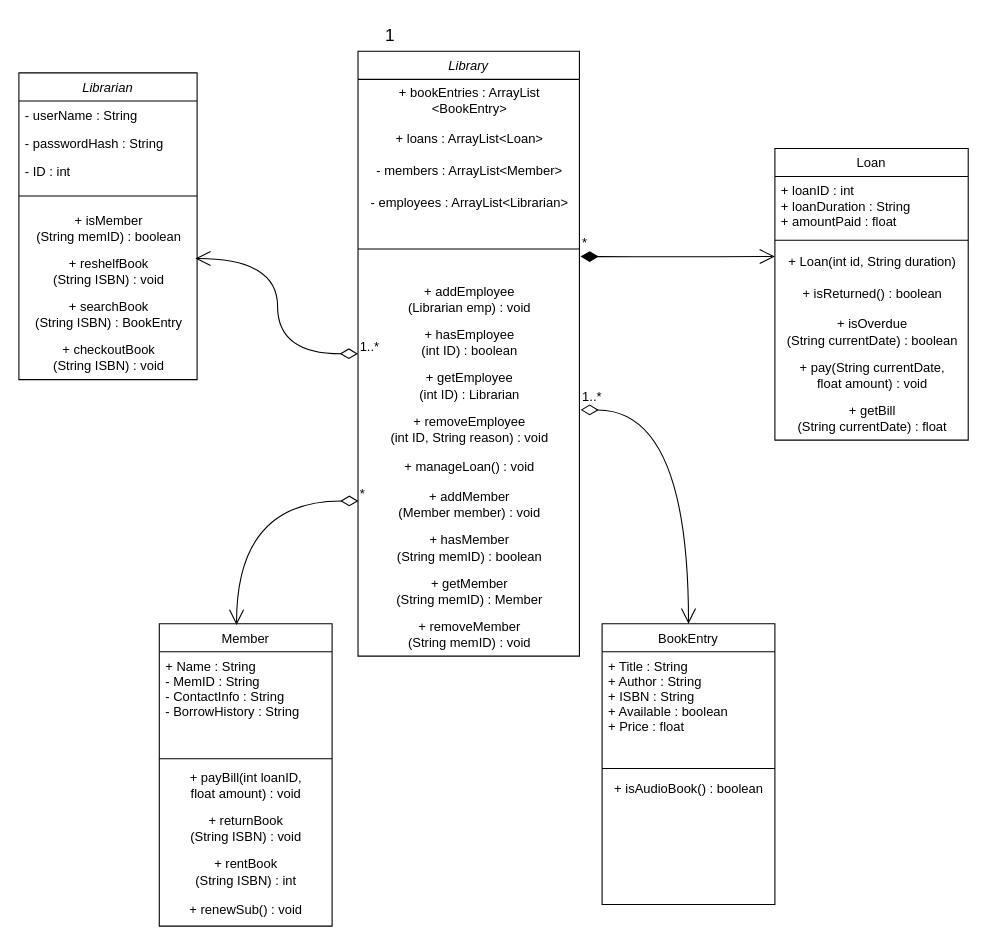
Before: Untitled Diagram.drawio in Twpendleton/ClassUMLDiagram, a draw.io diagram. Source tidied: cells renumbered, new cells numbered last; positions are measured from the earlier drawing's top-left corner, leaving out a move shared by most shapes. Both pictures are drawn from the tidied source at 108%, with x=0, y=0 at pixel (18, 18).
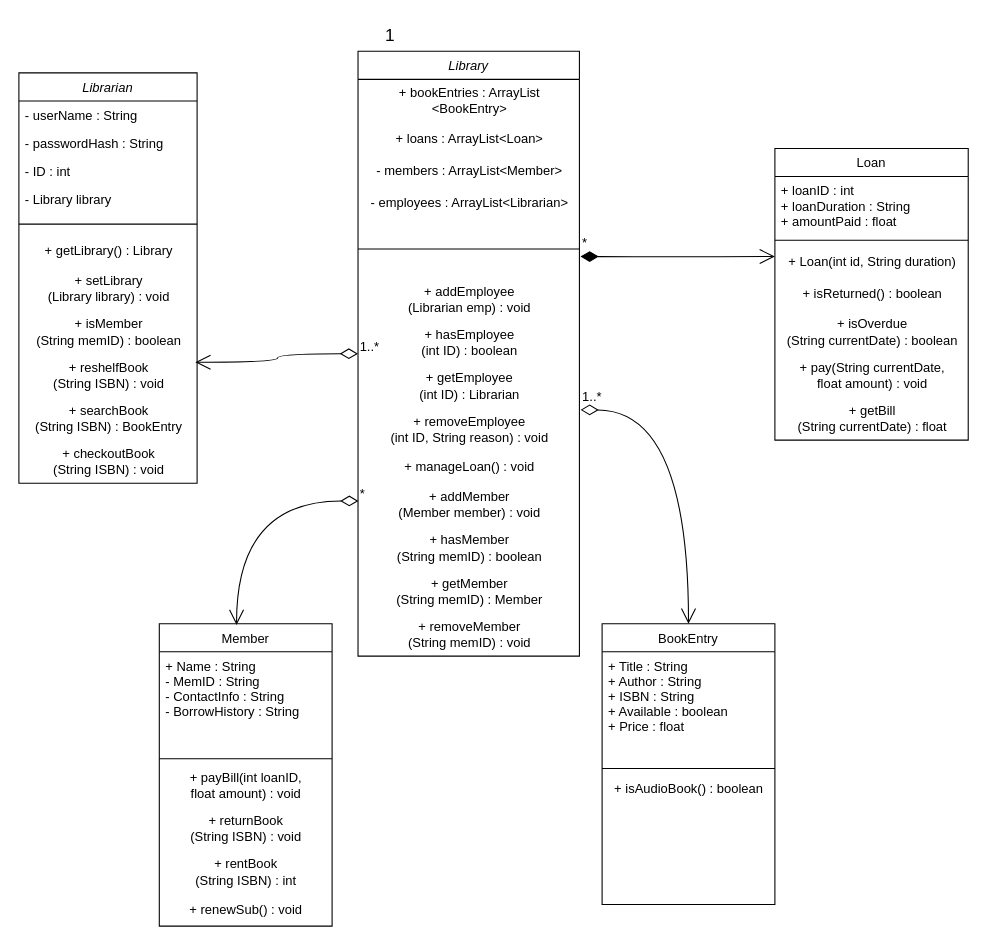
The same page after the edit.

Commit message:
Add attribute, getters, and setters for Librarian library

Change to the diagram source:
```diff
@@
     <mxCell id="2" value="Librarian" style="swimlane;fontStyle=2;align=center;verticalAlign=top;horizontal=1;startSize=26;rounded=0;shadow=0;strokeWidth=1;" parent="1" vertex="1">
-      <mxGeometry y="50" width="165" height="284" as="geometry" />
+      <mxGeometry y="50" width="165" height="380" as="geometry" />
     </mxCell>
@@
+    <mxCell id="50" value="- Library library" style="text;align=left;verticalAlign=top;spacingLeft=4;spacingRight=4;overflow=hidden;rounded=0;shadow=0;html=0;" parent="2" vertex="1">
+      <mxGeometry y="104" width="165" height="26" as="geometry" />
+    </mxCell>
     <mxCell id="6" style="line;html=1;strokeWidth=1;align=left;verticalAlign=middle;spacingTop=-1;spacingLeft=3;spacingRight=3;labelPosition=right;" parent="2" vertex="1">
-      <mxGeometry y="104" width="165" height="20" as="geometry" />
+      <mxGeometry y="130" width="165" height="20" as="geometry" />
     </mxCell>
-    <mxCell id="7" value="+ isMember&lt;div&gt;(String memID) : boolean&lt;/div&gt;" style="text;html=1;align=center;verticalAlign=middle;strokeColor=none;fillColor=none;" parent="2" vertex="1">
-      <mxGeometry y="124" width="165" height="40" as="geometry" />
+    <mxCell id="7" value="+ getLibrary&lt;span style=&quot;background-color: initial;&quot;&gt;() : Library&lt;/span&gt;" style="text;html=1;align=center;verticalAlign=middle;strokeColor=none;fillColor=none;" parent="2" vertex="1">
+      <mxGeometry y="150" width="165" height="30" as="geometry" />
     </mxCell>
+    <mxCell id="51" value="+ setLibrary&lt;div&gt;&lt;span style=&quot;background-color: initial;&quot;&gt;(Library library) : void&lt;/span&gt;&lt;/div&gt;" style="text;html=1;align=center;verticalAlign=middle;strokeColor=none;fillColor=none;" parent="2" vertex="1">
+      <mxGeometry y="180" width="165" height="40" as="geometry" />
+    </mxCell>
+    <mxCell id="52" value="+ isMember&lt;div&gt;(String memID) : boolean&lt;/div&gt;" style="text;html=1;align=center;verticalAlign=middle;strokeColor=none;fillColor=none;" parent="2" vertex="1">
+      <mxGeometry y="220" width="165" height="40" as="geometry" />
+    </mxCell>
     <mxCell id="8" value="+ reshelfBook&lt;div&gt;(String ISBN) : void&lt;/div&gt;" style="text;html=1;align=center;verticalAlign=middle;points=[];strokeColor=none;fillColor=none;" parent="2" vertex="1">
-      <mxGeometry y="164" width="165" height="40" as="geometry" />
+      <mxGeometry y="260" width="165" height="40" as="geometry" />
     </mxCell>
     <mxCell id="9" value="+ searchBook&lt;div&gt;(String ISBN) : BookEntry&lt;/div&gt;" style="text;html=1;align=center;verticalAlign=middle;strokeColor=none;fillColor=none;" parent="2" vertex="1">
-      <mxGeometry y="204" width="165" height="40" as="geometry" />
+      <mxGeometry y="300" width="165" height="40" as="geometry" />
     </mxCell>
     <mxCell id="10" value="+ checkoutBook&lt;div&gt;(String ISBN) : void&lt;/div&gt;" style="text;html=1;align=center;verticalAlign=middle;strokeColor=none;fillColor=none;" parent="2" vertex="1">
-      <mxGeometry y="244" width="165" height="40" as="geometry" />
+      <mxGeometry y="340" width="165" height="40" as="geometry" />
     </mxCell>
```
